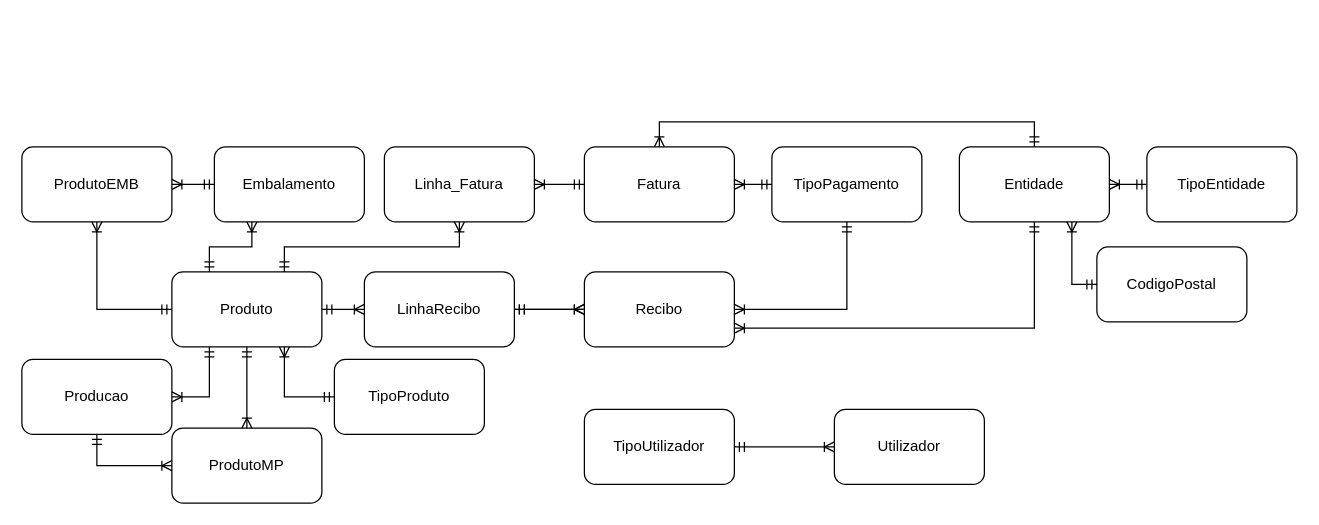
Earlier version of the draw.io diagram BD_Backup/DER.drawio (DiogoBernardes/ProjetoII). Source tidied: cells renumbered, new cells numbered last; positions are measured from the earlier drawing's top-left corner, leaving out a move shared by most shapes. Both pictures are drawn from the tidied source at 125%, with x=0, y=0 at pixel (21, 121).
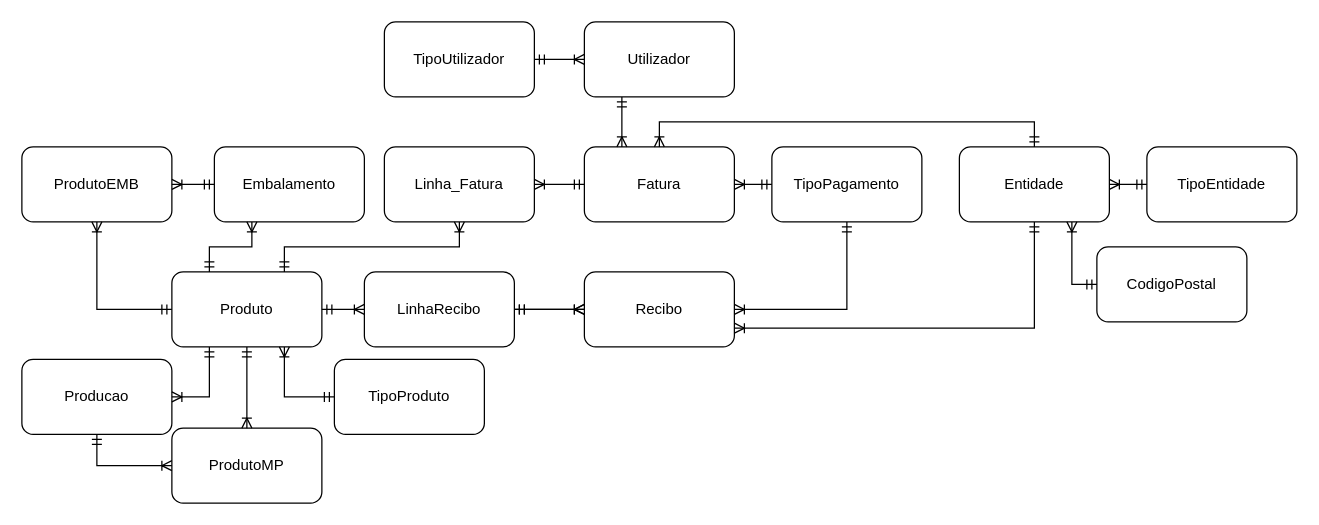
The same diagram, later.

Unchanged cells that the change refers to:
```xml
<mxCell id="16" value="Fatura" style="rounded=1;whiteSpace=wrap;html=1;" parent="1" vertex="1">
  <mxGeometry x="450" y="20" width="120" height="60" as="geometry" />
</mxCell>
```

The edit, as a diff of the source:
```diff
@@
     <mxCell id="6" value="TipoUtilizador" style="rounded=1;whiteSpace=wrap;html=1;" parent="1" vertex="1">
-      <mxGeometry x="450" y="230" width="120" height="60" as="geometry" />
+      <mxGeometry x="290" y="-80" width="120" height="60" as="geometry" />
     </mxCell>
@@
     <mxCell id="20" value="Utilizador" style="rounded=1;whiteSpace=wrap;html=1;" parent="1" vertex="1">
-      <mxGeometry x="650" y="230" width="120" height="60" as="geometry" />
+      <mxGeometry x="450" y="-80" width="120" height="60" as="geometry" />
     </mxCell>
@@
+    <mxCell id="37" style="endArrow=ERoneToMany;html=1;rounded=0;exitX=0.25;exitY=1;exitDx=0;exitDy=0;entryX=0.25;entryY=0;entryDx=0;entryDy=0;endFill=0;startArrow=ERmandOne;startFill=0;" parent="1" edge="1" source="20" target="16">
+      <mxGeometry relative="1" as="geometry" />
+    </mxCell>
```
